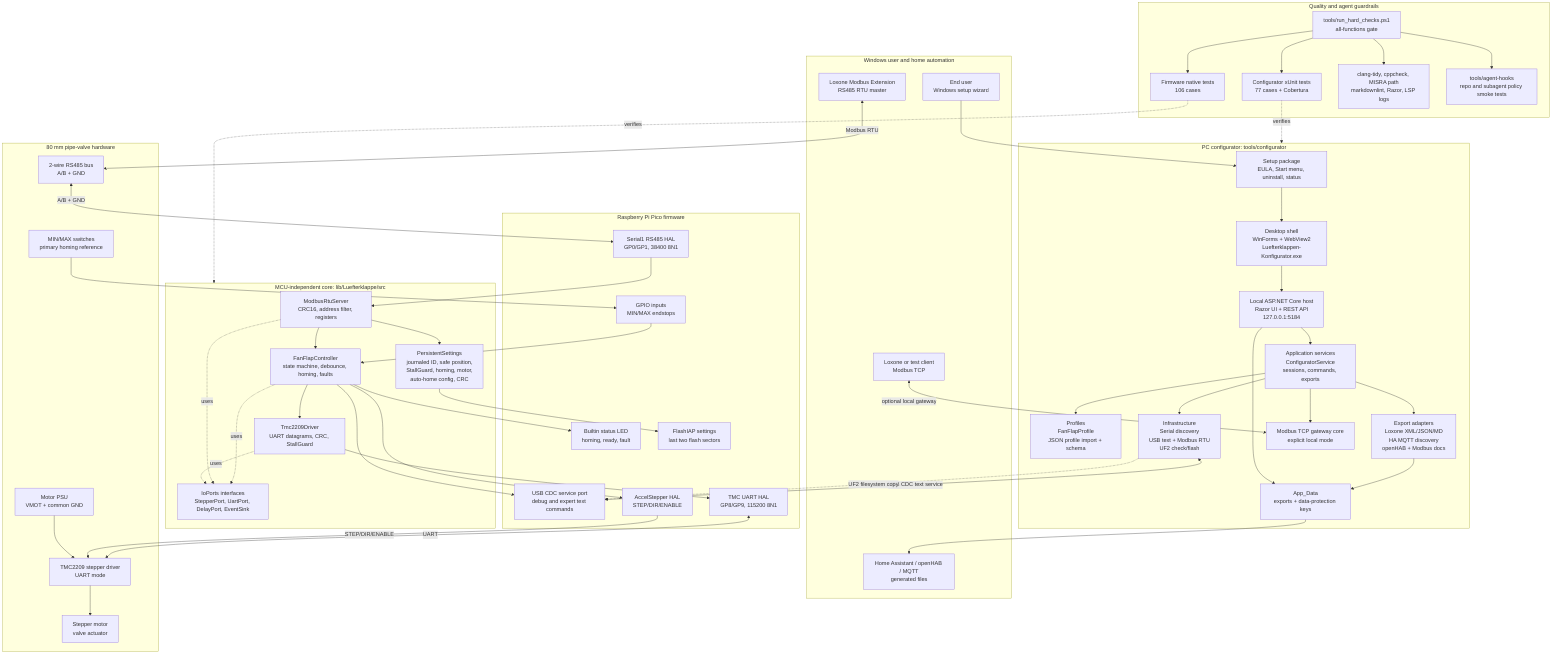
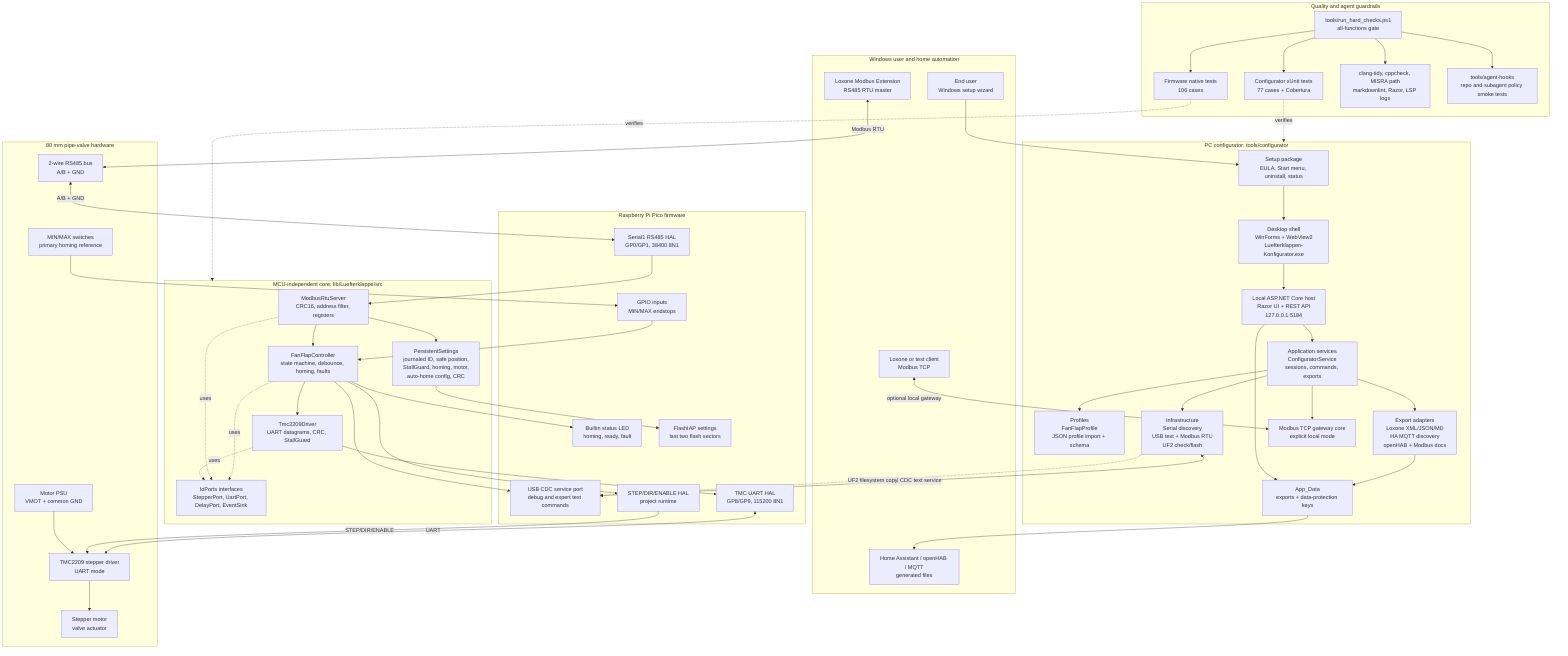
flowchart TB
  subgraph Home["Windows user and home automation"]
    User["End user<br/>Windows setup wizard"]
    LoxoneRtu["Loxone Modbus Extension<br/>RS485 RTU master"]
    LoxoneTcp["Loxone or test client<br/>Modbus TCP"]
    HomeExports["Home Assistant / openHAB / MQTT<br/>generated files"]
  end

  subgraph Configurator["PC configurator: tools/configurator"]
    Installer["Setup package<br/>EULA, Start menu, uninstall, status"]
    Desktop["Desktop shell<br/>WinForms + WebView2<br/>Luefterklappen-Konfigurator.exe"]
    Host["Local ASP.NET Core host<br/>Razor UI + REST API<br/>127.0.0.1:5184"]
    App["Application services<br/>ConfiguratorService<br/>sessions, commands, exports"]
    Profiles["Profiles<br/>FanFlapProfile<br/>JSON profile import + schema"]
    Adapters["Export adapters<br/>Loxone XML/JSON/MD<br/>HA MQTT discovery<br/>openHAB + Modbus docs"]
    Infra["Infrastructure<br/>Serial discovery<br/>USB text + Modbus RTU<br/>UF2 check/flash"]
    TcpGateway["Modbus TCP gateway core<br/>explicit local mode"]
    AppData["App_Data<br/>exports + data-protection keys"]
  end

  subgraph Firmware["Raspberry Pi Pico firmware"]
    Usb["USB CDC service port<br/>debug and expert text commands"]
    Rs485Hal["Serial1 RS485 HAL<br/>GP0/GP1, 38400 8N1"]
    TmcHal["TMC UART HAL<br/>GP8/GP9, 115200 8N1"]
-     StepperHal["AccelStepper HAL<br/>STEP/DIR/ENABLE"]
+     StepperHal["STEP/DIR/ENABLE HAL<br/>project runtime"]
    InputHal["GPIO inputs<br/>MIN/MAX endstops"]
    LedHal["Builtin status LED<br/>homing, ready, fault"]
    FlashHal["FlashIAP settings<br/>last two flash sectors"]
  end

  subgraph Core["MCU-independent core: lib/Luefterklappe/src"]
    Controller["FanFlapController<br/>state machine, debounce, homing, faults"]
    Modbus["ModbusRtuServer<br/>CRC16, address filter, registers"]
    Tmc["Tmc2209Driver<br/>UART datagrams, CRC, StallGuard"]
    Settings["PersistentSettings<br/>journaled ID, safe position,<br/>StallGuard, homing, motor,<br/>auto-home config, CRC"]
    Ports["IoPorts interfaces<br/>StepperPort, UartPort, DelayPort, EventSink"]
  end

  subgraph Hardware["80 mm pipe-valve hardware"]
    Rs485Bus["2-wire RS485 bus<br/>A/B + GND"]
    Driver["TMC2209 stepper driver<br/>UART mode"]
    Motor["Stepper motor<br/>valve actuator"]
    MinMax["MIN/MAX switches<br/>primary homing reference"]
    Psu["Motor PSU<br/>VMOT + common GND"]
  end

  subgraph Quality["Quality and agent guardrails"]
    HardGate["tools/run_hard_checks.ps1<br/>all-functions gate"]
    FirmwareTests["Firmware native tests<br/>106 cases"]
    ConfigTests["Configurator xUnit tests<br/>77 cases + Cobertura"]
    StaticChecks["clang-tidy, cppcheck, MISRA path<br/>markdownlint, Razor, LSP logs"]
    AgentHooks["tools/agent-hooks<br/>repo and subagent policy smoke tests"]
  end

  User --> Installer
  Installer --> Desktop
  Desktop --> Host
  Host --> App
  App --> Profiles
  App --> Adapters
  App --> Infra
  App --> TcpGateway
  Adapters --> AppData
  Host --> AppData
  AppData --> HomeExports
  LoxoneTcp <-->|"optional local gateway"| TcpGateway
  Infra <-->|"USB CDC text service"| Usb
  Infra -. "UF2 filesystem copy" .-> Usb

  LoxoneRtu <-->|"Modbus RTU"| Rs485Bus
  Rs485Bus <-->|"A/B + GND"| Rs485Hal
  Rs485Hal --> Modbus
  Modbus --> Controller
  Modbus --> Settings
  Settings --> FlashHal
  Controller --> StepperHal
  Controller --> Tmc
  Controller --> LedHal
  Tmc --> TmcHal
  TmcHal <-->|"UART"| Driver
  StepperHal -->|"STEP/DIR/ENABLE"| Driver
  Driver --> Motor
  Psu --> Driver
  MinMax --> InputHal
  InputHal --> Controller
  Controller --> Usb
  Controller -. uses .-> Ports
  Modbus -. uses .-> Ports
  Tmc -. uses .-> Ports

  HardGate --> FirmwareTests
  HardGate --> ConfigTests
  HardGate --> StaticChecks
  HardGate --> AgentHooks
  FirmwareTests -. verifies .-> Core
  ConfigTests -. verifies .-> Configurator
